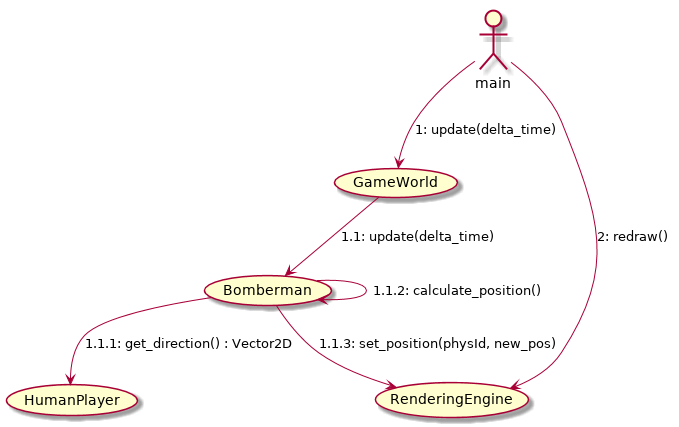
The PlantUML diagram docs/img/Communication_UC_1_2.png in NadzwyczajnaGrupaRobocza/bomberman, before a commit.
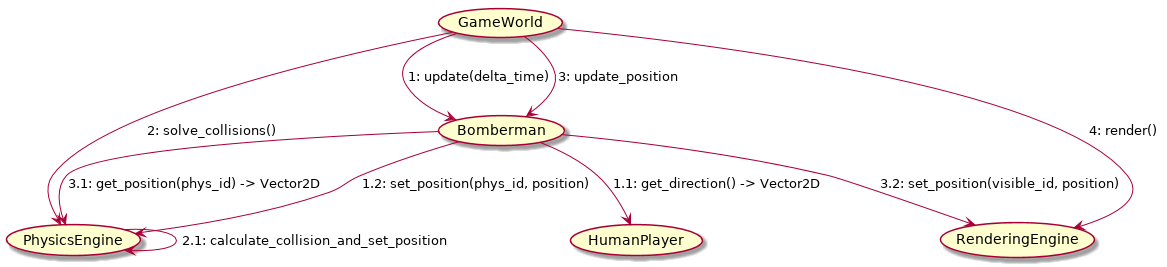
The same diagram one commit later.

Change to the diagram source:
```diff
@@ -1,10 +1,13 @@
 @startuml
 
-:main: --> (GameWorld) : "1: update(delta_time)"
-(GameWorld) --> (Bomberman) : "1.1: update(delta_time)"
-(Bomberman) --> (HumanPlayer) : "1.1.1: get_direction() : Vector2D"
-(Bomberman) --> (Bomberman) : "1.1.2: calculate_position()"
-(Bomberman) --> (RenderingEngine) : "1.1.3: set_position(physId, new_pos)"
-:main: --> (RenderingEngine) : "2: redraw()"
+(GameWorld) --> (Bomberman) : "1: update(delta_time)"
+(Bomberman) --> (HumanPlayer) : "1.1: get_direction() -> Vector2D"
+(Bomberman) --> (PhysicsEngine) : "1.2: set_position(phys_id, position)"
+(GameWorld) --> (PhysicsEngine) : "2: solve_collisions()"
+(PhysicsEngine) --> (PhysicsEngine) : "2.1: calculate_collision_and_set_position"
+(GameWorld) --> (Bomberman) : "3: update_position"
+(Bomberman) --> (PhysicsEngine) : "3.1: get_position(phys_id) -> Vector2D"
+(Bomberman) --> (RenderingEngine) : "3.2: set_position(visible_id, position)"
+(GameWorld) --> (RenderingEngine) : "4: render()"
 
 @enduml
```
